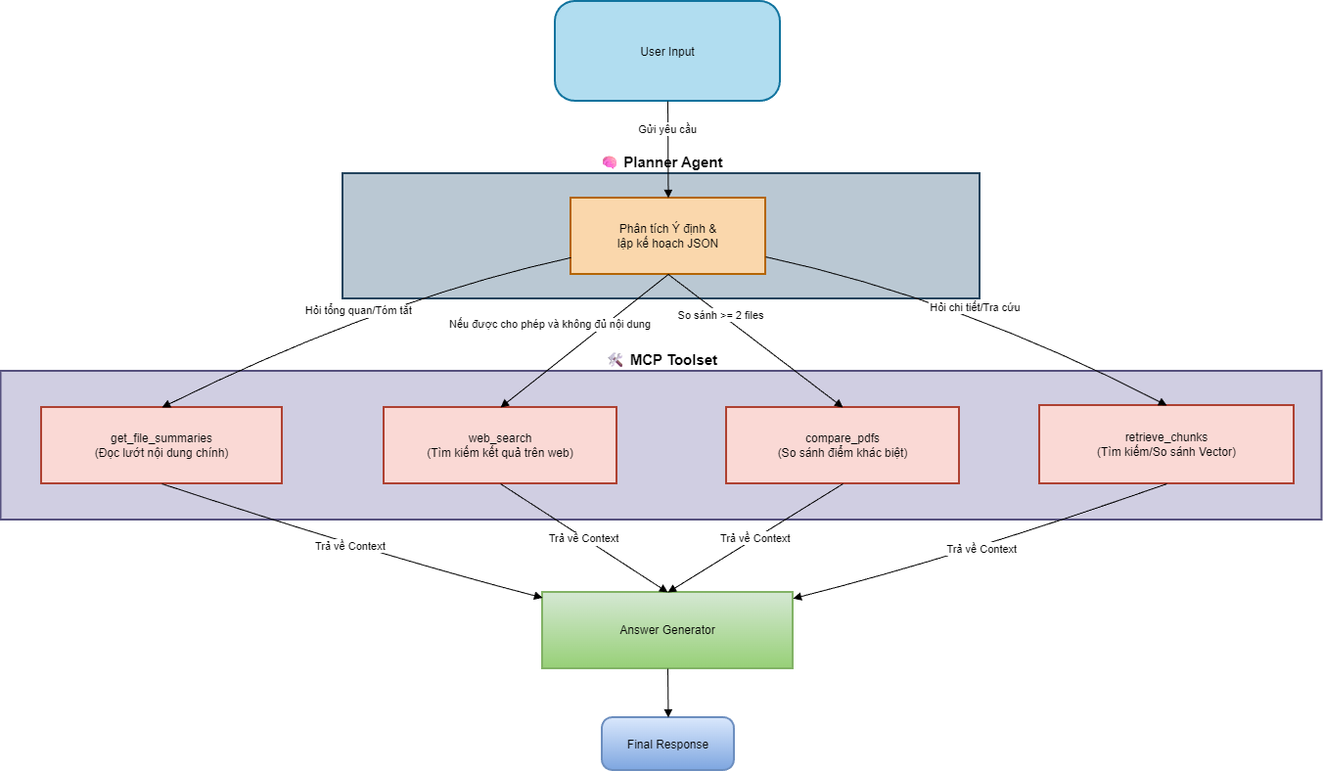
Above: diagram/Chatbotarch1-Trang-3.drawio.png in Zues1364/LLM-Learning (draw.io), before the change. Source tidied: cells renumbered, new cells last; positions are measured from the earlier drawing's top-left corner, leaving out a move shared by most shapes.
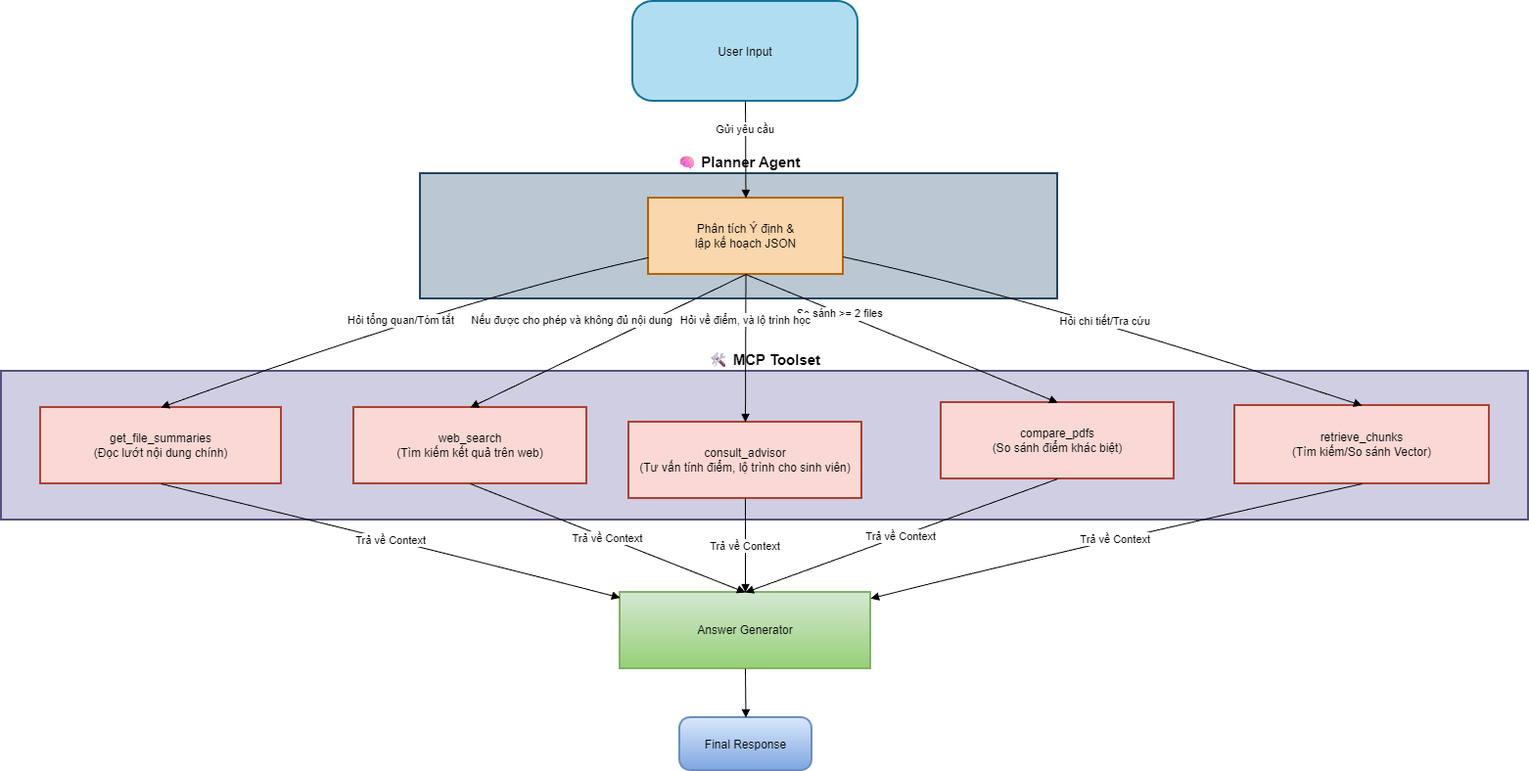
The same diagram one commit later.

Diff of the diagram source:
```diff
@@ -3,7 +3,7 @@
     <mxCell id="0" />
     <mxCell id="1" parent="0" />
     <mxCell id="2" value="🛠️ MCP Toolset" style="whiteSpace=wrap;strokeWidth=2;labelPosition=center;verticalLabelPosition=top;align=center;verticalAlign=bottom;fillColor=#d0cee2;strokeColor=#56517e;fontSize=15;fontStyle=1;" parent="1" vertex="1">
-      <mxGeometry x="0.5" y="378" width="1350" height="152" as="geometry" />
+      <mxGeometry x="-78" y="378" width="1560" height="152" as="geometry" />
     </mxCell>
     <mxCell id="3" value="🧠 Planner Agent" style="whiteSpace=wrap;strokeWidth=2;labelPosition=center;verticalLabelPosition=top;align=center;verticalAlign=bottom;fillColor=#bac8d3;strokeColor=#23445d;fontSize=15;fontStyle=1;" parent="1" vertex="1">
       <mxGeometry x="350" y="176" width="651" height="128" as="geometry" />
@@ -15,13 +15,13 @@
       <mxGeometry x="583" y="201" width="199" height="78" as="geometry" />
     </mxCell>
     <mxCell id="6" value="get_file_summaries&#10;(Đọc lướt nội dung chính)" style="whiteSpace=wrap;strokeWidth=2;fillColor=#fad9d5;strokeColor=#ae4132;" parent="1" vertex="1">
-      <mxGeometry x="42" y="415" width="246" height="78" as="geometry" />
+      <mxGeometry x="-38" y="415" width="246" height="78" as="geometry" />
     </mxCell>
     <mxCell id="7" value="compare_pdfs&#10;(So sánh điểm khác biệt)" style="whiteSpace=wrap;strokeWidth=2;fillColor=#fad9d5;strokeColor=#ae4132;" parent="1" vertex="1">
-      <mxGeometry x="742" y="415" width="238" height="78" as="geometry" />
+      <mxGeometry x="882" y="410" width="238" height="78" as="geometry" />
     </mxCell>
     <mxCell id="8" value="retrieve_chunks&#10;(Tìm kiếm/So sánh Vector)" style="whiteSpace=wrap;strokeWidth=2;fillColor=#fad9d5;strokeColor=#ae4132;" parent="1" vertex="1">
-      <mxGeometry x="1062" y="413" width="260" height="80" as="geometry" />
+      <mxGeometry x="1182" y="413" width="260" height="80" as="geometry" />
     </mxCell>
     <mxCell id="9" value="Answer Generator" style="whiteSpace=wrap;strokeWidth=2;fillColor=#d5e8d4;gradientColor=#97d077;strokeColor=#82b366;" parent="1" vertex="1">
       <mxGeometry x="554" y="604" width="256" height="78" as="geometry" />
@@ -70,7 +70,7 @@
       <mxGeometry relative="1" as="geometry" />
     </mxCell>
     <mxCell id="19" value="web_search&#10;(Tìm kiếm kết quả trên web)" style="whiteSpace=wrap;strokeWidth=2;fillColor=#fad9d5;strokeColor=#ae4132;" parent="1" vertex="1">
-      <mxGeometry x="392" y="415" width="238" height="78" as="geometry" />
+      <mxGeometry x="282" y="415" width="238" height="78" as="geometry" />
     </mxCell>
     <mxCell id="20" value="Nếu được cho phép và không đủ nội dung" style="curved=1;startArrow=none;endArrow=block;exitX=0.5;exitY=1;entryX=0.5;entryY=0;rounded=0;exitDx=0;exitDy=0;entryDx=0;entryDy=0;" parent="1" edge="1" source="5" target="19">
       <mxGeometry x="0.15" y="-35" relative="1" as="geometry" />
@@ -78,5 +78,14 @@
     <mxCell id="21" value="Trả về Context" style="curved=1;startArrow=none;endArrow=block;exitX=0.5;exitY=1;entryX=0.5;entryY=0;rounded=0;exitDx=0;exitDy=0;entryDx=0;entryDy=0;" parent="1" edge="1" source="19" target="9">
       <mxGeometry relative="1" as="geometry" />
     </mxCell>
+    <mxCell id="22" value="consult_advisor&#10;(Tư vấn tính điểm, lộ trình cho sinh viên)" style="whiteSpace=wrap;strokeWidth=2;fillColor=#fad9d5;strokeColor=#ae4132;" parent="1" vertex="1">
+      <mxGeometry x="563" y="430" width="238" height="78" as="geometry" />
+    </mxCell>
+    <mxCell id="23" value="Hỏi về điểm, và lộ trình học" style="curved=1;startArrow=none;endArrow=block;exitX=0.5;exitY=1;entryX=0.5;entryY=0;rounded=0;exitDx=0;exitDy=0;entryDx=0;entryDy=0;" parent="1" edge="1" source="5" target="22">
+      <mxGeometry x="-0.4" relative="1" as="geometry" />
+    </mxCell>
+    <mxCell id="24" value="Trả về Context" style="curved=1;startArrow=none;endArrow=block;exitX=0.5;exitY=1;entryX=0.5;entryY=0;rounded=0;entryDx=0;entryDy=0;exitDx=0;exitDy=0;" parent="1" edge="1" source="22" target="9">
+      <mxGeometry relative="1" as="geometry" />
+    </mxCell>
   </root>
 </mxGraphModel>
```
